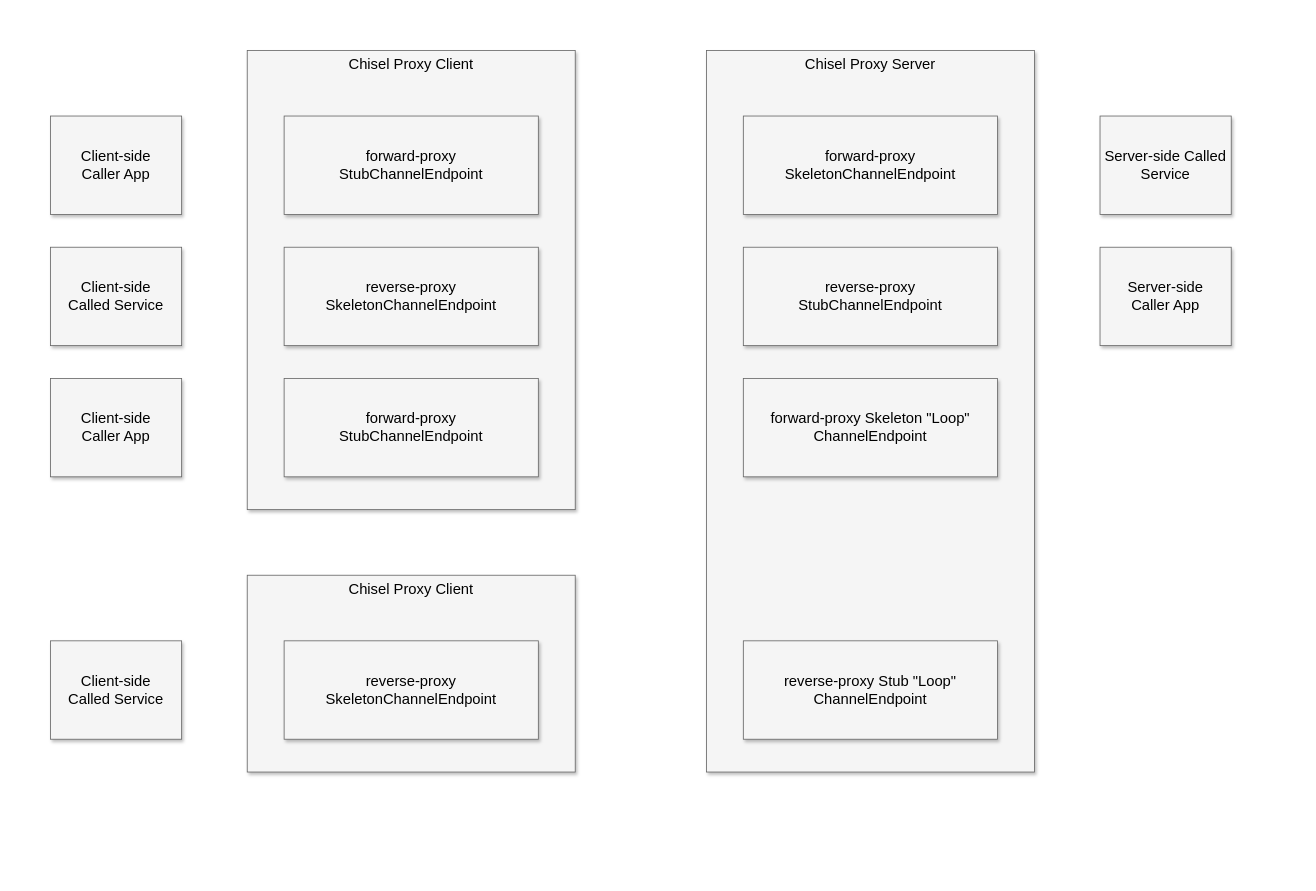
Before: docs/Untitled Diagram.drawio in sammck-go/chisel, a draw.io diagram. Source tidied: cells renumbered, new cells numbered last; positions are measured from the earlier drawing's top-left corner, leaving out a move shared by most shapes. Both pictures are drawn from the tidied source at 82%, with x=0, y=0 at pixel (50, 50).
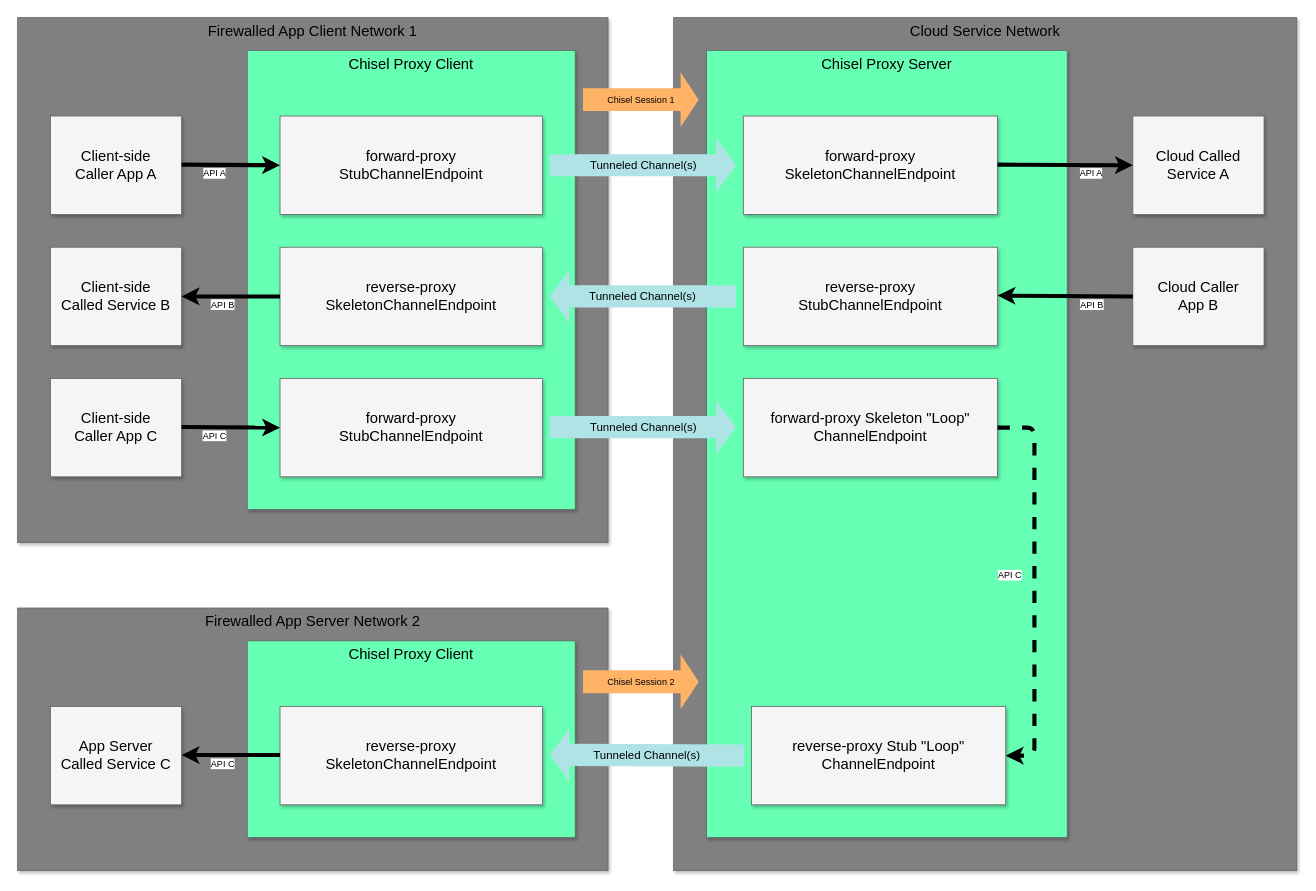
After the change.

Unchanged cells that the change refers to:
```xml
<mxCell id="11" value="reverse-proxy&lt;br&gt;StubChannelEndpoint" style="whiteSpace=wrap;html=1;shadow=1;fontSize=18;fillColor=#f5f5f5;strokeColor=#666666;" parent="1" vertex="1">
  <mxGeometry x="845" y="240" width="310" height="120" as="geometry" />
</mxCell>
```

Diff of the diagram source:
```diff
@@
+    <mxCell id="19" value="Cloud Service Network" style="whiteSpace=wrap;html=1;shadow=1;fontSize=18;fillColor=#808080;strokeColor=#666666;horizontal=1;verticalAlign=top;" parent="1" vertex="1">
+      <mxGeometry x="760" y="-40" width="760" height="1040" as="geometry" />
+    </mxCell>
+    <mxCell id="20" value="Firewalled App Server Network 2" style="whiteSpace=wrap;html=1;shadow=1;fontSize=18;fillColor=#808080;strokeColor=#666666;horizontal=1;verticalAlign=top;" parent="1" vertex="1">
+      <mxGeometry x="-40" y="680" width="720" height="320" as="geometry" />
+    </mxCell>
+    <mxCell id="21" value="Firewalled App Client Network 1" style="whiteSpace=wrap;html=1;shadow=1;fontSize=18;fillColor=#808080;strokeColor=#666666;horizontal=1;verticalAlign=top;" parent="1" vertex="1">
+      <mxGeometry x="-40" y="-40" width="720" height="640" as="geometry" />
+    </mxCell>
-    <mxCell id="2" value="Chisel Proxy Client" style="whiteSpace=wrap;html=1;shadow=1;fontSize=18;fillColor=#f5f5f5;strokeColor=#666666;horizontal=1;verticalAlign=top;" parent="1" vertex="1">
+    <mxCell id="2" value="Chisel Proxy Client" style="whiteSpace=wrap;html=1;shadow=1;fontSize=18;fillColor=#66FFB3;strokeColor=#666666;horizontal=1;verticalAlign=top;" parent="1" vertex="1">
       <mxGeometry x="240" width="400" height="560" as="geometry" />
     </mxCell>
-    <mxCell id="3" value="Client-side&lt;br&gt;Caller App" style="whiteSpace=wrap;html=1;shadow=1;fontSize=18;fillColor=#f5f5f5;strokeColor=#666666;" parent="1" vertex="1">
+    <mxCell id="3" value="Client-side&lt;br&gt;Caller App A" style="whiteSpace=wrap;html=1;shadow=1;fontSize=18;fillColor=#f5f5f5;strokeColor=#666666;" parent="1" vertex="1">
       <mxGeometry y="80" width="160" height="120" as="geometry" />
     </mxCell>
-    <mxCell id="4" value="Chisel Proxy Server" style="whiteSpace=wrap;html=1;shadow=1;fontSize=18;fillColor=#f5f5f5;strokeColor=#666666;horizontal=1;verticalAlign=top;" parent="1" vertex="1">
-      <mxGeometry x="800" width="400" height="880" as="geometry" />
+    <mxCell id="4" value="Chisel Proxy Server" style="whiteSpace=wrap;html=1;shadow=1;fontSize=18;fillColor=#66FFB3;strokeColor=#666666;horizontal=1;verticalAlign=top;" parent="1" vertex="1">
+      <mxGeometry x="800" width="440" height="960" as="geometry" />
     </mxCell>
-    <mxCell id="5" value="Chisel Proxy Client" style="whiteSpace=wrap;html=1;shadow=1;fontSize=18;fillColor=#f5f5f5;strokeColor=#666666;horizontal=1;verticalAlign=top;" parent="1" vertex="1">
-      <mxGeometry x="240" y="640" width="400" height="240" as="geometry" />
+    <mxCell id="5" value="Chisel Proxy Client" style="whiteSpace=wrap;html=1;shadow=1;fontSize=18;fillColor=#66FFB3;strokeColor=#666666;horizontal=1;verticalAlign=top;" parent="1" vertex="1">
+      <mxGeometry x="240" y="720" width="400" height="240" as="geometry" />
     </mxCell>
     <mxCell id="6" value="forward-proxy&lt;br&gt;StubChannelEndpoint" style="whiteSpace=wrap;html=1;shadow=1;fontSize=18;fillColor=#f5f5f5;strokeColor=#666666;" parent="1" vertex="1">
-      <mxGeometry x="285" y="80" width="310" height="120" as="geometry" />
+      <mxGeometry x="280" y="80" width="320" height="120" as="geometry" />
     </mxCell>
     <mxCell id="7" value="reverse-proxy&lt;br&gt;SkeletonChannelEndpoint" style="whiteSpace=wrap;html=1;shadow=1;fontSize=18;fillColor=#f5f5f5;strokeColor=#666666;" parent="1" vertex="1">
-      <mxGeometry x="285" y="240" width="310" height="120" as="geometry" />
+      <mxGeometry x="280" y="240" width="320" height="120" as="geometry" />
     </mxCell>
     <mxCell id="8" value="&lt;span&gt;forward-proxy&lt;/span&gt;&lt;br&gt;&lt;span&gt;StubChannelEndpoint&lt;/span&gt;" style="whiteSpace=wrap;html=1;shadow=1;fontSize=18;fillColor=#f5f5f5;strokeColor=#666666;" parent="1" vertex="1">
-      <mxGeometry x="285" y="400" width="310" height="120" as="geometry" />
+      <mxGeometry x="280" y="400" width="320" height="120" as="geometry" />
     </mxCell>
     <mxCell id="9" value="reverse-proxy&lt;br&gt;SkeletonChannelEndpoint" style="whiteSpace=wrap;html=1;shadow=1;fontSize=18;fillColor=#f5f5f5;strokeColor=#666666;" parent="1" vertex="1">
-      <mxGeometry x="285" y="720" width="310" height="120" as="geometry" />
+      <mxGeometry x="280" y="800" width="320" height="120" as="geometry" />
     </mxCell>
@@
     <mxCell id="13" value="reverse-proxy Stub &quot;Loop&quot; ChannelEndpoint" style="whiteSpace=wrap;html=1;shadow=1;fontSize=18;fillColor=#f5f5f5;strokeColor=#666666;" parent="1" vertex="1">
-      <mxGeometry x="845" y="720" width="310" height="120" as="geometry" />
+      <mxGeometry x="855" y="800" width="310" height="120" as="geometry" />
     </mxCell>
-    <mxCell id="14" value="Client-side&lt;br&gt;Called Service" style="whiteSpace=wrap;html=1;shadow=1;fontSize=18;fillColor=#f5f5f5;strokeColor=#666666;" parent="1" vertex="1">
+    <mxCell id="14" value="Client-side&lt;br&gt;Called Service B" style="whiteSpace=wrap;html=1;shadow=1;fontSize=18;fillColor=#f5f5f5;strokeColor=#666666;" parent="1" vertex="1">
       <mxGeometry y="240" width="160" height="120" as="geometry" />
     </mxCell>
-    <mxCell id="15" value="Client-side&lt;br&gt;Caller App" style="whiteSpace=wrap;html=1;shadow=1;fontSize=18;fillColor=#f5f5f5;strokeColor=#666666;" parent="1" vertex="1">
+    <mxCell id="15" value="Client-side&lt;br&gt;Caller App C" style="whiteSpace=wrap;html=1;shadow=1;fontSize=18;fillColor=#f5f5f5;strokeColor=#666666;" parent="1" vertex="1">
       <mxGeometry y="400" width="160" height="120" as="geometry" />
     </mxCell>
-    <mxCell id="16" value="Client-side&lt;br&gt;Called Service" style="whiteSpace=wrap;html=1;shadow=1;fontSize=18;fillColor=#f5f5f5;strokeColor=#666666;" parent="1" vertex="1">
-      <mxGeometry y="720" width="160" height="120" as="geometry" />
+    <mxCell id="16" value="App Server&lt;br&gt;Called Service C" style="whiteSpace=wrap;html=1;shadow=1;fontSize=18;fillColor=#f5f5f5;strokeColor=#666666;" parent="1" vertex="1">
+      <mxGeometry y="800" width="160" height="120" as="geometry" />
     </mxCell>
-    <mxCell id="17" value="Server-side Called Service" style="whiteSpace=wrap;html=1;shadow=1;fontSize=18;fillColor=#f5f5f5;strokeColor=#666666;" parent="1" vertex="1">
-      <mxGeometry x="1280" y="80" width="160" height="120" as="geometry" />
+    <mxCell id="17" value="Cloud Called Service A" style="whiteSpace=wrap;html=1;shadow=1;fontSize=18;fillColor=#f5f5f5;strokeColor=#666666;" parent="1" vertex="1">
+      <mxGeometry x="1320" y="80" width="160" height="120" as="geometry" />
     </mxCell>
-    <mxCell id="18" value="Server-side&lt;br&gt;Caller App" style="whiteSpace=wrap;html=1;shadow=1;fontSize=18;fillColor=#f5f5f5;strokeColor=#666666;" parent="1" vertex="1">
-      <mxGeometry x="1280" y="240" width="160" height="120" as="geometry" />
+    <mxCell id="18" value="Cloud Caller&lt;br&gt;App B" style="whiteSpace=wrap;html=1;shadow=1;fontSize=18;fillColor=#f5f5f5;strokeColor=#666666;" parent="1" vertex="1">
+      <mxGeometry x="1320" y="240" width="160" height="120" as="geometry" />
     </mxCell>
+    <mxCell id="22" value="API A" style="endArrow=classic;html=1;strokeWidth=5;entryX=0;entryY=0.5;entryDx=0;entryDy=0;" parent="1" edge="1" target="6">
+      <mxGeometry x="-0.33" y="-10" relative="1" as="geometry">
+        <mxPoint x="160" y="139.3" as="sourcePoint" />
+      </mxGeometry>
+    </mxCell>
+    <mxCell id="23" value="API A" style="endArrow=classic;html=1;strokeWidth=5;entryX=0;entryY=0.5;entryDx=0;entryDy=0;" parent="1" edge="1" target="17">
+      <mxGeometry x="0.39" y="-10" relative="1" as="geometry">
+        <mxPoint x="1155" y="139.3" as="sourcePoint" />
+        <mxPoint x="-1" as="offset" />
+      </mxGeometry>
+    </mxCell>
+    <mxCell id="24" value="API B" style="endArrow=classic;html=1;strokeWidth=5;exitX=0;exitY=0.5;exitDx=0;exitDy=0;entryX=1;entryY=0.5;entryDx=0;entryDy=0;" parent="1" edge="1" source="7" target="14">
+      <mxGeometry x="0.17" y="10" relative="1" as="geometry" />
+    </mxCell>
+    <mxCell id="25" value="API B" style="endArrow=classic;html=1;strokeWidth=5;exitX=0;exitY=0.5;exitDx=0;exitDy=0;" parent="1" edge="1" source="18">
+      <mxGeometry x="-0.39" y="10" relative="1" as="geometry">
+        <mxPoint x="1155" y="299" as="targetPoint" />
+      </mxGeometry>
+    </mxCell>
+    <mxCell id="26" value="API C" style="endArrow=classic;html=1;strokeWidth=5;entryX=0;entryY=0.5;entryDx=0;entryDy=0;" parent="1" edge="1">
+      <mxGeometry x="-0.33" y="-10" relative="1" as="geometry">
+        <mxPoint x="160" y="459.3" as="sourcePoint" />
+        <mxPoint x="280" y="460" as="targetPoint" />
+      </mxGeometry>
+    </mxCell>
+    <mxCell id="27" value="API C" style="endArrow=classic;html=1;strokeWidth=5;exitX=0;exitY=0.5;exitDx=0;exitDy=0;entryX=1;entryY=0.5;entryDx=0;entryDy=0;" parent="1" edge="1">
+      <mxGeometry x="0.17" y="11" relative="1" as="geometry">
+        <mxPoint x="280" y="859.3" as="sourcePoint" />
+        <mxPoint x="160" y="859.3" as="targetPoint" />
+      </mxGeometry>
+    </mxCell>
+    <mxCell id="28" value="API C" style="endArrow=classic;html=1;strokeWidth=5;entryX=1;entryY=0.5;entryDx=0;entryDy=0;dashed=1;" parent="1" edge="1" target="13">
+      <mxGeometry x="-0.06" y="-30" relative="1" as="geometry">
+        <mxPoint x="1155" y="460" as="sourcePoint" />
+        <Array as="points">
+          <mxPoint x="1200" y="460" />
+          <mxPoint x="1200" y="860" />
+        </Array>
+        <mxPoint y="-1" as="offset" />
+      </mxGeometry>
+    </mxCell>
+    <mxCell id="29" value="Chisel Session 1" style="shape=flexArrow;endArrow=classic;html=1;strokeWidth=19;entryX=0;entryY=0.78;entryDx=0;entryDy=0;entryPerimeter=0;labelBackgroundColor=none;startSize=6;endSize=1;strokeColor=none;fillColor=#FFB366;" parent="1" edge="1">
+      <mxGeometry relative="1" as="geometry">
+        <mxPoint x="640" y="60" as="sourcePoint" />
+        <mxPoint x="800" y="60" as="targetPoint" />
+      </mxGeometry>
+    </mxCell>
+    <mxCell id="30" value="&lt;font style=&quot;font-size: 14px&quot;&gt;Tunneled Channel(s)&lt;/font&gt;" style="shape=flexArrow;endArrow=classic;html=1;dashed=1;dashPattern=1 1;labelBackgroundColor=none;strokeWidth=18;fillColor=#b0e3e6;strokeColor=none;exitX=1;exitY=0.5;exitDx=0;exitDy=0;endSize=2;startSize=18;sourcePerimeterSpacing=19;targetPerimeterSpacing=9;" parent="1" edge="1" source="6">
+      <mxGeometry relative="1" as="geometry">
+        <mxPoint x="845" y="140" as="targetPoint" />
+      </mxGeometry>
+    </mxCell>
+    <mxCell id="31" value="&lt;font style=&quot;font-size: 14px&quot;&gt;Tunneled Channel(s)&lt;/font&gt;" style="shape=flexArrow;endArrow=classic;html=1;dashed=1;dashPattern=1 1;labelBackgroundColor=none;strokeWidth=18;fillColor=#b0e3e6;strokeColor=none;exitX=1;exitY=0.5;exitDx=0;exitDy=0;endSize=2;startSize=18;sourcePerimeterSpacing=19;targetPerimeterSpacing=9;" parent="1" edge="1">
+      <mxGeometry relative="1" as="geometry">
+        <mxPoint x="600" y="459.3" as="sourcePoint" />
+        <mxPoint x="845" y="459.3" as="targetPoint" />
+      </mxGeometry>
+    </mxCell>
+    <mxCell id="32" value="&lt;font style=&quot;font-size: 14px&quot;&gt;Tunneled Channel(s)&lt;/font&gt;" style="shape=flexArrow;endArrow=classic;html=1;dashed=1;dashPattern=1 1;labelBackgroundColor=none;strokeWidth=18;fillColor=#b0e3e6;strokeColor=none;exitX=0;exitY=0.5;exitDx=0;exitDy=0;endSize=2;startSize=18;sourcePerimeterSpacing=19;targetPerimeterSpacing=9;entryX=1;entryY=0.5;entryDx=0;entryDy=0;" parent="1" edge="1" source="11" target="7">
+      <mxGeometry relative="1" as="geometry" />
+    </mxCell>
+    <mxCell id="33" value="&lt;font style=&quot;font-size: 14px&quot;&gt;Tunneled Channel(s)&lt;/font&gt;" style="shape=flexArrow;endArrow=classic;html=1;dashed=1;dashPattern=1 1;labelBackgroundColor=none;strokeWidth=18;fillColor=#b0e3e6;strokeColor=none;exitX=0;exitY=0.5;exitDx=0;exitDy=0;endSize=2;startSize=18;sourcePerimeterSpacing=19;targetPerimeterSpacing=9;" parent="1" edge="1" source="13">
+      <mxGeometry relative="1" as="geometry">
+        <mxPoint x="600" y="859" as="targetPoint" />
+      </mxGeometry>
+    </mxCell>
+    <mxCell id="34" value="Chisel Session 2" style="shape=flexArrow;endArrow=classic;html=1;strokeWidth=19;entryX=0;entryY=0.78;entryDx=0;entryDy=0;entryPerimeter=0;labelBackgroundColor=none;startSize=6;endSize=1;strokeColor=none;fillColor=#FFB366;" parent="1" edge="1">
+      <mxGeometry relative="1" as="geometry">
+        <mxPoint x="640" y="770" as="sourcePoint" />
+        <mxPoint x="800" y="770" as="targetPoint" />
+      </mxGeometry>
+    </mxCell>
```
